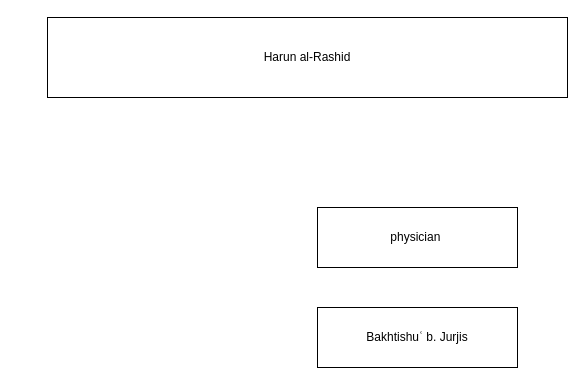
Before: page "Harun al-Rashid" (2 of 3) of Caliph Cabinet.drawio in azryzdy/hobbies, a draw.io diagram. Source tidied: cells renumbered, new cells numbered last; positions are measured from the earlier drawing's top-left corner, leaving out a move shared by most shapes. Both pictures are drawn from the tidied source at 100%, with x=0, y=0 at pixel (47, 17).
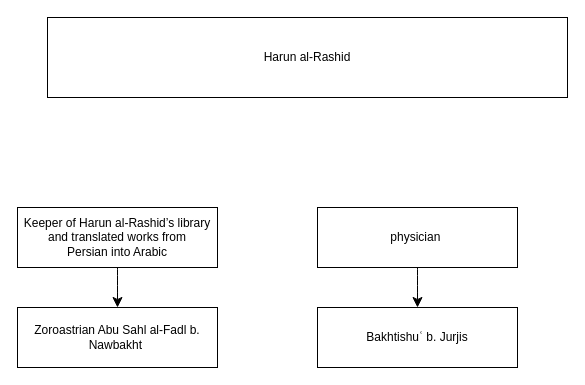
Above is the later version.

Change to the diagram source:
```diff
@@
 <mxGraphModel>
   <root>
     <mxCell id="0" />
     <mxCell id="1" parent="0" />
     <mxCell id="2" value="Harun al-Rashid" style="rounded=0;whiteSpace=wrap;html=1;" parent="1" vertex="1">
       <mxGeometry width="520" height="80" as="geometry" />
     </mxCell>
     <mxCell id="3" value="Bakhtishuʿ b. Jurjis" style="rounded=0;whiteSpace=wrap;html=1;" parent="1" vertex="1">
       <mxGeometry x="270" y="290" width="200" height="60" as="geometry" />
     </mxCell>
+    <mxCell id="5" style="edgeStyle=none;curved=1;rounded=0;jettySize=auto;html=1;entryX=0.5;entryY=0;entryDx=0;entryDy=0;fontSize=12;startSize=8;endSize=8;" parent="1" edge="1" source="4" target="3">
+      <mxGeometry relative="1" as="geometry" />
+    </mxCell>
     <mxCell id="4" value="physician&amp;nbsp;" style="rounded=0;whiteSpace=wrap;html=1;" parent="1" vertex="1">
       <mxGeometry x="270" y="190" width="200" height="60" as="geometry" />
     </mxCell>
+    <mxCell id="6" value="Zoroastrian Abu Sahl al-Fadl b. Nawbakht&amp;nbsp;" style="rounded=0;whiteSpace=wrap;html=1;" parent="1" vertex="1">
+      <mxGeometry x="-30" y="290" width="200" height="60" as="geometry" />
+    </mxCell>
+    <mxCell id="7" style="edgeStyle=none;curved=1;rounded=0;jettySize=auto;html=1;entryX=0.5;entryY=0;entryDx=0;entryDy=0;fontSize=12;startSize=8;endSize=8;" parent="1" edge="1" source="8" target="6">
+      <mxGeometry relative="1" as="geometry" />
+    </mxCell>
+    <mxCell id="8" value="Keeper of Harun al-Rashid’s library and translated works from&lt;br&gt;Persian into Arabic" style="rounded=0;whiteSpace=wrap;html=1;" parent="1" vertex="1">
+      <mxGeometry x="-30" y="190" width="200" height="60" as="geometry" />
+    </mxCell>
   </root>
 </mxGraphModel>
```
